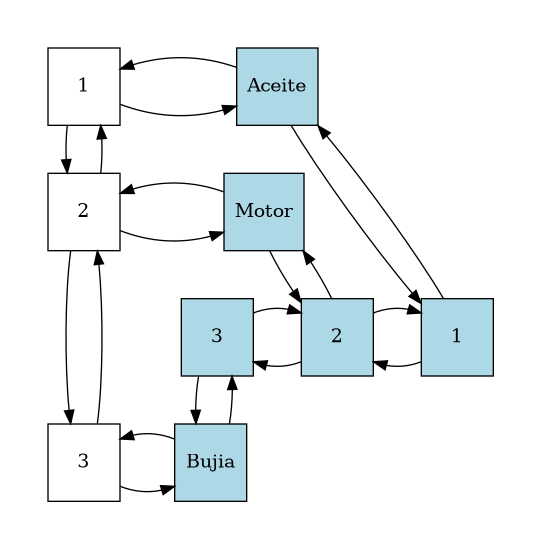
0520Jose/-EDD-1S2025_202300539 keeps this Graphviz diagram as Fase_1/AutoGestPro/Reportes/MatrizDispersa.png. Above is the earlier version. Its source is kept beside it as Fase_1/AutoGestPro/Reportes/MatrizDispersa.dot.
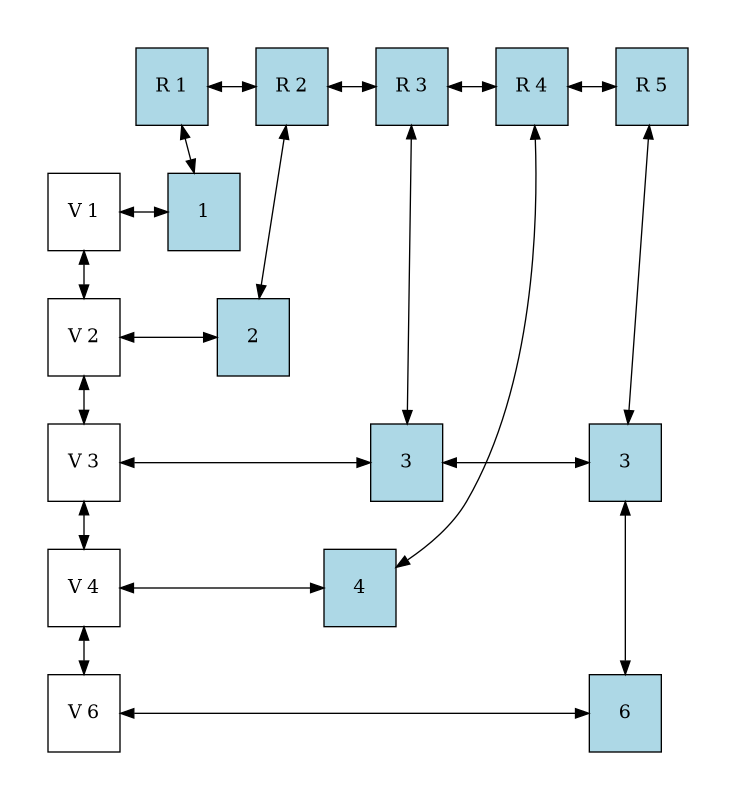
Later version of the same file.

Change to the diagram source:
```diff
@@ -1,37 +1,46 @@
 digraph G {
 graph [pad="0.5", nodesep="0.5", ranksep="0.5"]
 node [shape=box, height=0.8]
-	Fila1[style="filled", fillcolor="white", label="1", group=0];
-	Fila2[style="filled", fillcolor="white", label="2", group=0];
-	Fila3[style="filled", fillcolor="white", label="3", group=0];
-	Fila1 -> Fila2;
-	Fila2 -> Fila1;
-	Fila2 -> Fila3;
-	Fila3 -> Fila2;
-	Columna1 -> Nodo1_1;
-	Nodo1_1 -> Columna1;
-	Columna2 -> Nodo2_2;
-	Nodo2_2 -> Columna2;
-	Columna3 -> Nodo3_3;
-	Nodo3_3 -> Columna3;
-	Columna1[style="filled", fillcolor="lightblue", label="1"];
-	Columna2[style="filled", fillcolor="lightblue", label="2"];
-	Columna3[style="filled", fillcolor="lightblue", label="3"];
-	Columna1 -> Columna2;
-	Columna2 -> Columna1;
-	Columna2 -> Columna3;
-	Columna3 -> Columna2;
-	{rank = same;Columna1;Columna2;Columna3;}
-	Nodo1_1[style="filled", fillcolor="lightblue", label="Aceite", group ="1"];
-	Fila1 -> Nodo1_1;
-	Nodo1_1 -> Fila1;
-	Nodo2_2[style="filled", fillcolor="lightblue", label="Motor", group ="2"];
-	Fila2 -> Nodo2_2;
-	Nodo2_2 -> Fila2;
-	Nodo3_3[style="filled", fillcolor="lightblue", label="Bujia", group ="3"];
-	Fila3 -> Nodo3_3;
-	Nodo3_3 -> Fila3;
+	Fila1[style="filled", fillcolor="white", label="V 1", group=0];
+	Fila2[style="filled", fillcolor="white", label="V 2", group=0];
+	Fila3[style="filled", fillcolor="white", label="V 3", group=0];
+	Fila4[style="filled", fillcolor="white", label="V 4", group=0];
+	Fila6[style="filled", fillcolor="white", label="V 6", group=0];
+	Fila1 -> Fila2 [dir="both"];
+	Fila2 -> Fila3 [dir="both"];
+	Fila3 -> Fila4 [dir="both"];
+	Fila4 -> Fila6 [dir="both"];
+	Columna1 -> Nodo1_1 [dir="both"];
+	Columna2 -> Nodo2_2 [dir="both"];
+	Columna3 -> Nodo3_3 [dir="both"];
+	Columna4 -> Nodo4_4 [dir="both"];
+	Columna5 -> Nodo3_5 [dir="both"];
+	Nodo3_5 -> Nodo6_5 [dir="both"];
+	Columna1[style="filled", fillcolor="lightblue", label="R 1"];
+	Columna2[style="filled", fillcolor="lightblue", label="R 2"];
+	Columna3[style="filled", fillcolor="lightblue", label="R 3"];
+	Columna4[style="filled", fillcolor="lightblue", label="R 4"];
+	Columna5[style="filled", fillcolor="lightblue", label="R 5"];
+	Columna1 -> Columna2 [dir="both"];
+	Columna2 -> Columna3 [dir="both"];
+	Columna3 -> Columna4 [dir="both"];
+	Columna4 -> Columna5 [dir="both"];
+	{rank = same;Columna1;Columna2;Columna3;Columna4;Columna5;}
+	Nodo1_1[style="filled", fillcolor="lightblue", label="1", group ="1"];
+	Fila1 -> Nodo1_1 [dir="both"];
+	Nodo2_2[style="filled", fillcolor="lightblue", label="2", group ="2"];
+	Fila2 -> Nodo2_2 [dir="both"];
+	Nodo3_3[style="filled", fillcolor="lightblue", label="3", group ="3"];
+	Fila3 -> Nodo3_3 [dir="both"];
+	Nodo3_3 -> Nodo3_5 [dir="both"];
+	Nodo3_5[style="filled", fillcolor="lightblue", label="3", group ="5"];
+	Nodo4_4[style="filled", fillcolor="lightblue", label="4", group ="4"];
+	Fila4 -> Nodo4_4 [dir="both"];
+	Nodo6_5[style="filled", fillcolor="lightblue", label="6", group ="5"];
+	Fila6 -> Nodo6_5 [dir="both"];
 	{rank = same; Fila1;	Nodo1_1;}
 	{rank = same; Fila2;	Nodo2_2;}
-	{rank = same; Fila3;	Nodo3_3;}
+	{rank = same; Fila3;	Nodo3_3;	Nodo3_5;}
+	{rank = same; Fila4;	Nodo4_4;}
+	{rank = same; Fila6;	Nodo6_5;}
 }
```
